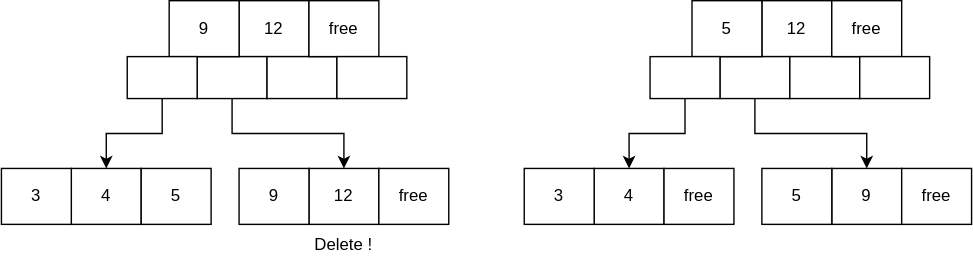
Above: images/b-tree-rebalance.drawio.svg in heriet/study-btree-index-on-rdbms (draw.io), before the change. Source tidied: cells renumbered, new cells last; positions are measured from the earlier drawing's top-left corner, leaving out a move shared by most shapes. Its diagram source:
```xml
<mxGraphModel>
  <root>
    <mxCell id="0" />
    <mxCell id="1" parent="0" />
    <mxCell id="2" value="12" style="rounded=0;whiteSpace=wrap;html=1;" parent="1" vertex="1">
      <mxGeometry x="170" width="50" height="40" as="geometry" />
    </mxCell>
    <mxCell id="3" style="rounded=0;whiteSpace=wrap;html=1;" parent="1" vertex="1">
      <mxGeometry x="140" y="40" width="50" height="30" as="geometry" />
    </mxCell>
    <mxCell id="4" style="rounded=0;whiteSpace=wrap;html=1;" parent="1" vertex="1">
      <mxGeometry x="190" y="40" width="50" height="30" as="geometry" />
    </mxCell>
    <mxCell id="5" value="free" style="rounded=0;whiteSpace=wrap;html=1;" parent="1" vertex="1">
      <mxGeometry x="220" width="50" height="40" as="geometry" />
    </mxCell>
    <mxCell id="6" style="rounded=0;whiteSpace=wrap;html=1;" parent="1" vertex="1">
      <mxGeometry x="240" y="40" width="50" height="30" as="geometry" />
    </mxCell>
    <mxCell id="7" value="9" style="rounded=0;whiteSpace=wrap;html=1;" parent="1" vertex="1">
      <mxGeometry x="120" width="50" height="40" as="geometry" />
    </mxCell>
    <mxCell id="8" style="edgeStyle=orthogonalEdgeStyle;rounded=0;jettySize=auto;html=1;exitX=0.5;exitY=1;exitDx=0;exitDy=0;entryX=0.5;entryY=0;entryDx=0;entryDy=0;" parent="1" edge="1" source="3" target="11">
      <mxGeometry relative="1" as="geometry" />
    </mxCell>
    <mxCell id="9" style="edgeStyle=orthogonalEdgeStyle;rounded=0;jettySize=auto;html=1;exitX=0.5;exitY=1;exitDx=0;exitDy=0;entryX=0.5;entryY=0;entryDx=0;entryDy=0;" parent="1" edge="1" source="10" target="14">
      <mxGeometry relative="1" as="geometry" />
    </mxCell>
    <mxCell id="10" style="rounded=0;whiteSpace=wrap;html=1;" parent="1" vertex="1">
      <mxGeometry x="90" y="40" width="50" height="30" as="geometry" />
    </mxCell>
    <mxCell id="11" value="12" style="rounded=0;whiteSpace=wrap;html=1;" parent="1" vertex="1">
      <mxGeometry x="220" y="120" width="50" height="40" as="geometry" />
    </mxCell>
    <mxCell id="12" value="free" style="rounded=0;whiteSpace=wrap;html=1;" parent="1" vertex="1">
      <mxGeometry x="270" y="120" width="50" height="40" as="geometry" />
    </mxCell>
    <mxCell id="13" value="9" style="rounded=0;whiteSpace=wrap;html=1;" parent="1" vertex="1">
      <mxGeometry x="170" y="120" width="50" height="40" as="geometry" />
    </mxCell>
    <mxCell id="14" value="4" style="rounded=0;whiteSpace=wrap;html=1;" parent="1" vertex="1">
      <mxGeometry x="50" y="120" width="50" height="40" as="geometry" />
    </mxCell>
    <mxCell id="15" value="5" style="rounded=0;whiteSpace=wrap;html=1;" parent="1" vertex="1">
      <mxGeometry x="100" y="120" width="50" height="40" as="geometry" />
    </mxCell>
    <mxCell id="16" value="3" style="rounded=0;whiteSpace=wrap;html=1;" parent="1" vertex="1">
      <mxGeometry y="120" width="50" height="40" as="geometry" />
    </mxCell>
    <mxCell id="17" value="Delete !" style="text;html=1;strokeColor=none;fillColor=none;align=center;verticalAlign=middle;whiteSpace=wrap;rounded=0;" parent="1" vertex="1">
      <mxGeometry x="215" y="160" width="60" height="30" as="geometry" />
    </mxCell>
    <mxCell id="18" value="12" style="rounded=0;whiteSpace=wrap;html=1;" parent="1" vertex="1">
      <mxGeometry x="544" width="50" height="40" as="geometry" />
    </mxCell>
    <mxCell id="19" style="rounded=0;whiteSpace=wrap;html=1;" parent="1" vertex="1">
      <mxGeometry x="514" y="40" width="50" height="30" as="geometry" />
    </mxCell>
    <mxCell id="20" style="rounded=0;whiteSpace=wrap;html=1;" parent="1" vertex="1">
      <mxGeometry x="564" y="40" width="50" height="30" as="geometry" />
    </mxCell>
    <mxCell id="21" value="free" style="rounded=0;whiteSpace=wrap;html=1;" parent="1" vertex="1">
      <mxGeometry x="594" width="50" height="40" as="geometry" />
    </mxCell>
    <mxCell id="22" style="rounded=0;whiteSpace=wrap;html=1;" parent="1" vertex="1">
      <mxGeometry x="614" y="40" width="50" height="30" as="geometry" />
    </mxCell>
    <mxCell id="23" value="5" style="rounded=0;whiteSpace=wrap;html=1;" parent="1" vertex="1">
      <mxGeometry x="494" width="50" height="40" as="geometry" />
    </mxCell>
    <mxCell id="24" style="edgeStyle=orthogonalEdgeStyle;rounded=0;jettySize=auto;html=1;exitX=0.5;exitY=1;exitDx=0;exitDy=0;entryX=0.5;entryY=0;entryDx=0;entryDy=0;" parent="1" edge="1" source="19" target="27">
      <mxGeometry relative="1" as="geometry" />
    </mxCell>
    <mxCell id="25" style="edgeStyle=orthogonalEdgeStyle;rounded=0;jettySize=auto;html=1;exitX=0.5;exitY=1;exitDx=0;exitDy=0;entryX=0.5;entryY=0;entryDx=0;entryDy=0;" parent="1" edge="1" source="26" target="30">
      <mxGeometry relative="1" as="geometry" />
    </mxCell>
    <mxCell id="26" style="rounded=0;whiteSpace=wrap;html=1;" parent="1" vertex="1">
      <mxGeometry x="464" y="40" width="50" height="30" as="geometry" />
    </mxCell>
    <mxCell id="27" value="9" style="rounded=0;whiteSpace=wrap;html=1;" parent="1" vertex="1">
      <mxGeometry x="594" y="120" width="50" height="40" as="geometry" />
    </mxCell>
    <mxCell id="28" value="free" style="rounded=0;whiteSpace=wrap;html=1;" parent="1" vertex="1">
      <mxGeometry x="644" y="120" width="50" height="40" as="geometry" />
    </mxCell>
    <mxCell id="29" value="5" style="rounded=0;whiteSpace=wrap;html=1;" parent="1" vertex="1">
      <mxGeometry x="544" y="120" width="50" height="40" as="geometry" />
    </mxCell>
    <mxCell id="30" value="4" style="rounded=0;whiteSpace=wrap;html=1;" parent="1" vertex="1">
      <mxGeometry x="424" y="120" width="50" height="40" as="geometry" />
    </mxCell>
    <mxCell id="31" value="free" style="rounded=0;whiteSpace=wrap;html=1;" parent="1" vertex="1">
      <mxGeometry x="474" y="120" width="50" height="40" as="geometry" />
    </mxCell>
    <mxCell id="32" value="3" style="rounded=0;whiteSpace=wrap;html=1;" parent="1" vertex="1">
      <mxGeometry x="374" y="120" width="50" height="40" as="geometry" />
    </mxCell>
  </root>
</mxGraphModel>
```
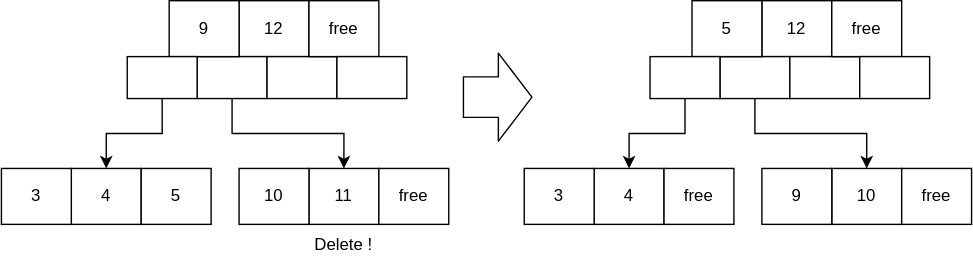
Later version of the same file.

Change to the diagram source:
```diff
@@ -29,13 +29,13 @@
     <mxCell id="10" style="rounded=0;whiteSpace=wrap;html=1;" parent="1" vertex="1">
       <mxGeometry x="90" y="40" width="50" height="30" as="geometry" />
     </mxCell>
-    <mxCell id="11" value="12" style="rounded=0;whiteSpace=wrap;html=1;" parent="1" vertex="1">
+    <mxCell id="11" value="11" style="rounded=0;whiteSpace=wrap;html=1;" parent="1" vertex="1">
       <mxGeometry x="220" y="120" width="50" height="40" as="geometry" />
     </mxCell>
     <mxCell id="12" value="free" style="rounded=0;whiteSpace=wrap;html=1;" parent="1" vertex="1">
       <mxGeometry x="270" y="120" width="50" height="40" as="geometry" />
     </mxCell>
-    <mxCell id="13" value="9" style="rounded=0;whiteSpace=wrap;html=1;" parent="1" vertex="1">
+    <mxCell id="13" value="10" style="rounded=0;whiteSpace=wrap;html=1;" parent="1" vertex="1">
       <mxGeometry x="170" y="120" width="50" height="40" as="geometry" />
     </mxCell>
     <mxCell id="14" value="4" style="rounded=0;whiteSpace=wrap;html=1;" parent="1" vertex="1">
@@ -77,13 +77,13 @@
     <mxCell id="26" style="rounded=0;whiteSpace=wrap;html=1;" parent="1" vertex="1">
       <mxGeometry x="464" y="40" width="50" height="30" as="geometry" />
     </mxCell>
-    <mxCell id="27" value="9" style="rounded=0;whiteSpace=wrap;html=1;" parent="1" vertex="1">
+    <mxCell id="27" value="10" style="rounded=0;whiteSpace=wrap;html=1;" parent="1" vertex="1">
       <mxGeometry x="594" y="120" width="50" height="40" as="geometry" />
     </mxCell>
     <mxCell id="28" value="free" style="rounded=0;whiteSpace=wrap;html=1;" parent="1" vertex="1">
       <mxGeometry x="644" y="120" width="50" height="40" as="geometry" />
     </mxCell>
-    <mxCell id="29" value="5" style="rounded=0;whiteSpace=wrap;html=1;" parent="1" vertex="1">
+    <mxCell id="29" value="9" style="rounded=0;whiteSpace=wrap;html=1;" parent="1" vertex="1">
       <mxGeometry x="544" y="120" width="50" height="40" as="geometry" />
     </mxCell>
     <mxCell id="30" value="4" style="rounded=0;whiteSpace=wrap;html=1;" parent="1" vertex="1">
@@ -95,5 +95,11 @@
     <mxCell id="32" value="3" style="rounded=0;whiteSpace=wrap;html=1;" parent="1" vertex="1">
       <mxGeometry x="374" y="120" width="50" height="40" as="geometry" />
     </mxCell>
+    <mxCell id="33" style="shape=flexArrow;endArrow=classic;html=1;endWidth=33;endSize=7.67;width=29;" parent="1" edge="1">
+      <mxGeometry relative="1" as="geometry">
+        <mxPoint x="330" y="69" as="sourcePoint" />
+        <mxPoint x="380" y="69" as="targetPoint" />
+      </mxGeometry>
+    </mxCell>
   </root>
 </mxGraphModel>
```
